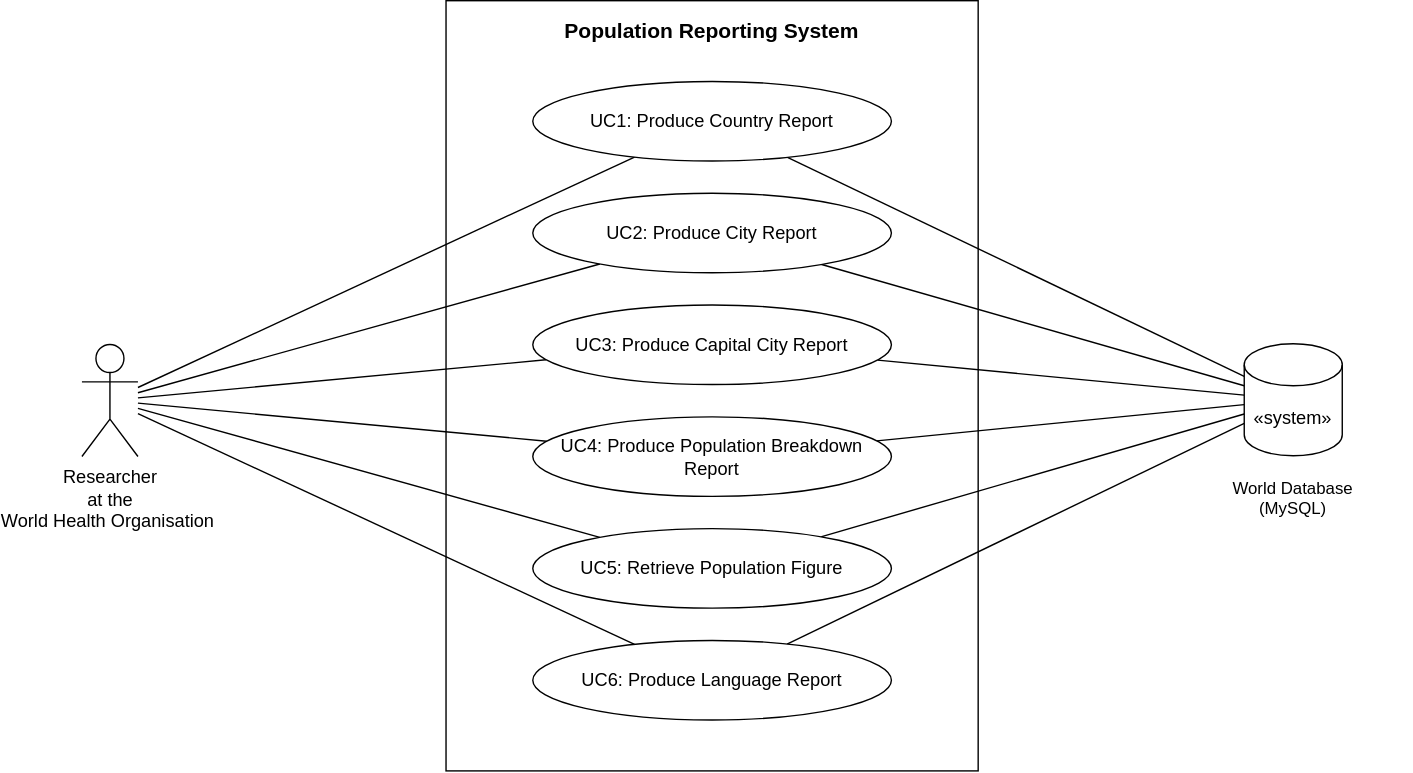
Above: use-cases/use-case-diagram.drawio.svg in MStevens-02/devops (draw.io), before the change. Source tidied: cells renumbered, new cells last; positions are measured from the earlier drawing's top-left corner, leaving out a move shared by most shapes.
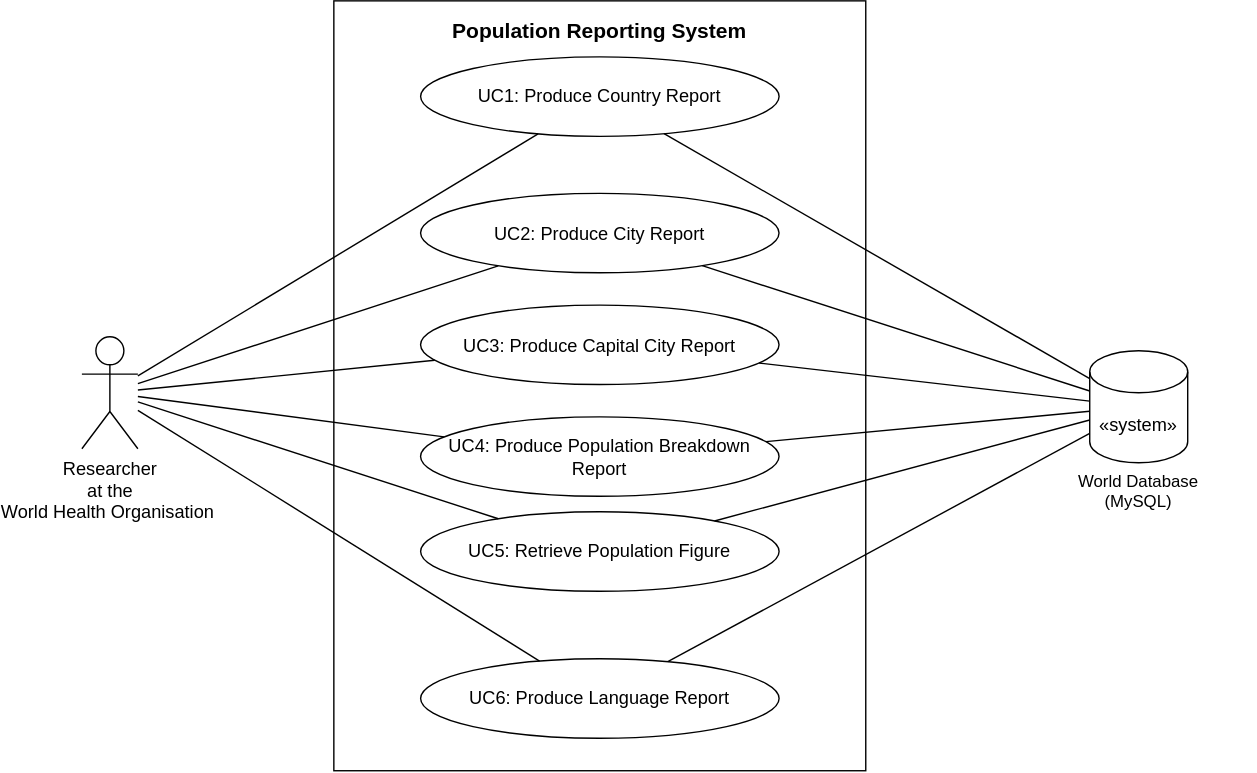
After the commit.

Commit message:
Update diagram: change database shape and rename primary actor to "Researcher at the World Health Organisation".

Diff of the diagram source:
```diff
@@ -1,9 +1,9 @@
-<mxGraphModel>
+<mxGraphModel background="#ffffff">
   <root>
     <mxCell id="0" />
     <mxCell id="1" parent="0" />
-    <mxCell id="2" value="Researcher &lt;br&gt;at the &lt;br&gt;World Health Organisation&amp;nbsp;" style="shape=umlActor;verticalLabelPosition=bottom;verticalAlign=top;html=1;outlineConnect=0;fontSize=13;" parent="1" vertex="1">
-      <mxGeometry y="245.5" width="40" height="80" as="geometry" />
+    <mxCell id="2" value="Researcher &lt;br&gt;at the &lt;br&gt;World Health Organisation&amp;nbsp;" style="shape=umlActor;verticalLabelPosition=bottom;verticalAlign=top;html=1;outlineConnect=0;fontSize=13;fillColor=none;" parent="1" vertex="1">
+      <mxGeometry x="80" y="235" width="40" height="80" as="geometry" />
     </mxCell>
     <mxCell id="3" style="endArrow=none;html=1;rounded=0;" parent="1" edge="1" source="2" target="19">
       <mxGeometry relative="1" as="geometry" />
@@ -42,37 +42,34 @@
       <mxGeometry relative="1" as="geometry" />
     </mxCell>
     <mxCell id="15" style="group;" parent="1" vertex="1">
-      <mxGeometry x="730" y="225" width="170" height="121" as="geometry" />
+      <mxGeometry x="700" y="225" width="220" height="140" as="geometry" />
     </mxCell>
-    <mxCell id="16" value="«system»" style="shape=cylinder3;whiteSpace=wrap;html=1;boundedLbl=1;backgroundOutline=1;size=15;fontSize=13;" parent="15" vertex="1">
+    <mxCell id="16" value="«system»" style="shape=cylinder3;whiteSpace=wrap;html=1;boundedLbl=1;backgroundOutline=1;size=15;fontSize=13;fillColor=none;" parent="15" vertex="1">
       <mxGeometry x="100" y="20" width="70" height="80" as="geometry" />
     </mxCell>
-    <mxCell id="17" style="group;" parent="1" vertex="1">
-      <mxGeometry x="260" width="380" height="550" as="geometry" />
-    </mxCell>
+    <mxCell id="25" value="World Database &#10;(MySQL)" style="text;whiteSpace=wrap;align=center;" parent="15" vertex="1">
+      <mxGeometry x="50" y="100" width="170" height="40" as="geometry" />
+    </mxCell>
-    <mxCell id="18" value="Population Reporting System" style="rounded=0;whiteSpace=wrap;html=1;fillColor=none;verticalAlign=top;fontStyle=1;fontSize=15;spacingTop=6;" parent="17" vertex="1">
-      <mxGeometry width="380" height="550" as="geometry" />
+    <mxCell id="18" value="Population Reporting System" style="rounded=0;whiteSpace=wrap;html=1;fillColor=none;verticalAlign=top;fontStyle=1;fontSize=15;spacingTop=6;" parent="1" vertex="1">
+      <mxGeometry x="260" y="-5" width="380" height="550" as="geometry" />
     </mxCell>
-    <mxCell id="19" value="UC1: Produce Country Report" style="ellipse;whiteSpace=wrap;html=1;fontSize=13;" parent="17" vertex="1">
-      <mxGeometry x="62" y="57.7" width="256.1" height="56.8" as="geometry" />
+    <mxCell id="19" value="UC1: Produce Country Report" style="ellipse;whiteSpace=wrap;html=1;fontSize=13;fillColor=none;" parent="1" vertex="1">
+      <mxGeometry x="322" y="35" width="256.1" height="56.8" as="geometry" />
     </mxCell>
-    <mxCell id="20" value="UC2: Produce City Report" style="ellipse;whiteSpace=wrap;html=1;fontSize=13;" parent="17" vertex="1">
-      <mxGeometry x="62" y="137.5" width="256.1" height="56.8" as="geometry" />
+    <mxCell id="20" value="UC2: Produce City Report" style="ellipse;whiteSpace=wrap;html=1;fontSize=13;fillColor=none;" parent="1" vertex="1">
+      <mxGeometry x="322" y="132.5" width="256.1" height="56.8" as="geometry" />
     </mxCell>
-    <mxCell id="21" value="UC3: Produce Capital City Report" style="ellipse;whiteSpace=wrap;html=1;fontSize=13;" parent="17" vertex="1">
-      <mxGeometry x="62" y="217.3" width="256.1" height="56.8" as="geometry" />
+    <mxCell id="21" value="UC3: Produce Capital City Report" style="ellipse;whiteSpace=wrap;html=1;fontSize=13;fillColor=none;" parent="1" vertex="1">
+      <mxGeometry x="322" y="212.3" width="256.1" height="56.8" as="geometry" />
     </mxCell>
-    <mxCell id="22" value="UC4: Produce Population Breakdown Report" style="ellipse;whiteSpace=wrap;html=1;fontSize=13;" parent="17" vertex="1">
-      <mxGeometry x="62" y="297.2" width="256.1" height="56.8" as="geometry" />
+    <mxCell id="22" value="UC4: Produce Population Breakdown Report" style="ellipse;whiteSpace=wrap;html=1;fontSize=13;fillColor=none;" parent="1" vertex="1">
+      <mxGeometry x="322" y="292.2" width="256.1" height="56.8" as="geometry" />
     </mxCell>
-    <mxCell id="23" value="UC5: Retrieve Population Figure" style="ellipse;whiteSpace=wrap;html=1;fontSize=13;" parent="17" vertex="1">
-      <mxGeometry x="62" y="377" width="256.1" height="56.8" as="geometry" />
+    <mxCell id="23" value="UC5: Retrieve Population Figure" style="ellipse;whiteSpace=wrap;html=1;fontSize=13;fillColor=none;" parent="1" vertex="1">
+      <mxGeometry x="322" y="360" width="256.1" height="56.8" as="geometry" />
     </mxCell>
-    <mxCell id="24" value="UC6: Produce Language Report" style="ellipse;whiteSpace=wrap;html=1;fontSize=13;" parent="17" vertex="1">
-      <mxGeometry x="62" y="456.9" width="256.1" height="56.8" as="geometry" />
+    <mxCell id="24" value="UC6: Produce Language Report" style="ellipse;whiteSpace=wrap;html=1;fontSize=13;fillColor=none;" parent="1" vertex="1">
+      <mxGeometry x="322" y="465" width="256.1" height="56.8" as="geometry" />
     </mxCell>
-    <mxCell id="25" value="World Database &#10;(MySQL)" style="text;whiteSpace=wrap;align=center;" parent="1" vertex="1">
-      <mxGeometry x="780" y="335" width="170" height="40" as="geometry" />
-    </mxCell>
   </root>
 </mxGraphModel>
```
